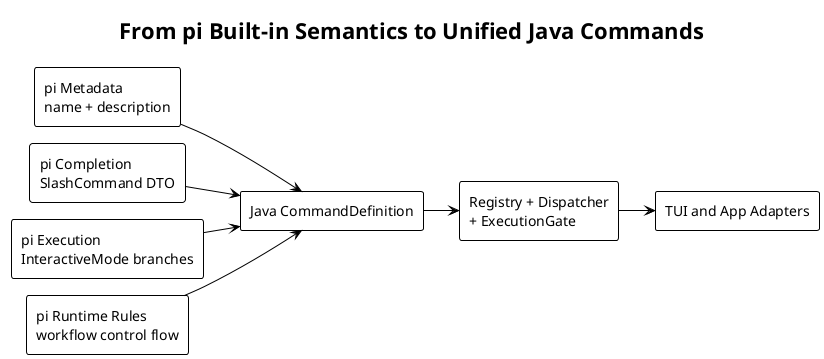
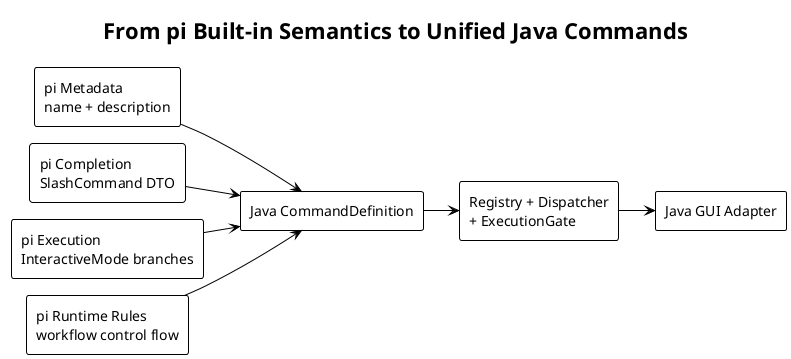
' Generated with PlantUML 1.2026.6
' Run from this directory: plantuml -tsvg diagram.puml

@startuml 01-source-to-target-overview
' pi source: packages/coding-agent/src/core/slash-commands.ts:13-40
' pi source: packages/coding-agent/src/modes/interactive/interactive-mode.ts:499-533,2541-2674
' Observed behavior: pi separates command metadata, completion, routing, and execution.
' Design reason: Java binds those concerns into one immutable command definition and one execution pipeline.
!theme plain
!pragma layout smetana
skinparam defaultFontName "SansSerif"
skinparam shadowing false
skinparam backgroundColor transparent
title From pi Built-in Semantics to Unified Java Commands

left to right direction
rectangle "pi Metadata\nname + description" as Metadata
rectangle "pi Completion\nSlashCommand DTO" as Completion
rectangle "pi Execution\nInteractiveMode branches" as Execution
rectangle "pi Runtime Rules\nworkflow control flow" as RuntimeRules
rectangle "Java CommandDefinition" as Definition
rectangle "Registry + Dispatcher\n+ ExecutionGate" as Core
- rectangle "TUI and App Adapters" as Clients
+ rectangle "Java GUI Adapter" as Clients

Metadata --> Definition
Completion --> Definition
Execution --> Definition
RuntimeRules --> Definition
Definition --> Core
Core --> Clients
@enduml

@startuml 02-pi-command-flow
' pi source: packages/coding-agent/src/core/slash-commands.ts:13-40
' pi source: packages/coding-agent/src/modes/interactive/interactive-mode.ts:499-570,2541-2715
' Observed behavior: Built-in metadata feeds completion while command strings select TUI workflows before ordinary prompt routing.
' Design reason: preserve the product order while making the split implementation visible.
!theme plain
!pragma layout smetana
skinparam defaultFontName "SansSerif"
skinparam shadowing false
skinparam backgroundColor transparent
title Current pi Built-in Command Flow

left to right direction
rectangle BUILTIN_SLASH_COMMANDS as Catalog
rectangle "Autocomplete Mapping" as Autocomplete
rectangle "Editor Submit" as Submit
rectangle "Command String Branches" as Branches
rectangle "Interactive Workflows" as Workflows
rectangle "Streaming and Compaction Routing" as RuntimeRouting
rectangle "Agent Prompt" as Agent

Catalog --> Autocomplete
Submit --> Branches
Branches --> Workflows : matched Built-in
Branches --> RuntimeRouting : not matched
RuntimeRouting --> Agent
@enduml

@startuml 03-target-architecture
' pi source: packages/coding-agent/src/modes/interactive/interactive-mode.ts:499-570,2541-2674
+ ' Java source: frontend/src/App.vue:112-180
+ ' Java source: frontend/src/chat/slashCommands.ts:13-122
' Java product constraint: all commands are implemented by trusted internal developers and installed once at startup.
- ' Design reason: use one command core for core and feature commands without owner or dynamic extension lifecycle state.
+ ' Java product constraint: GUI is the only target presentation surface.
+ ' Design reason: use one command core behind GUI chat input, command palette, and buttons.
!theme plain
!pragma layout smetana
skinparam defaultFontName "SansSerif"
skinparam shadowing false
skinparam backgroundColor transparent
title Unified Java Command Architecture

top to bottom direction
package "Definition and Startup" {
  component CommandContributor as Contributor
  component CommandInstaller as Installer
  Contributor --> Installer
}

package "Command Core" {
  component CommandCatalogSnapshot as Snapshot
  component CommandParser as Parser
  component CommandDispatcher as Dispatcher
  component CommandExecutionGate as Gate
  component CommandCompletionService as Completion
  Parser --> Dispatcher
  Snapshot --> Dispatcher
  Dispatcher --> Gate
  Snapshot --> Completion
}

package "Command Implementation" {
  component CommandHandler as Handler
  component "Constructor-Injected\nApplication Services" as Services
  component "CommandInteraction\nand CommandOutput" as Ports
  Handler --> Services
  Handler --> Ports
  Gate --> Handler
}

- package "Clients" {
-   component "Interactive TUI" as TUI
-   component "App Client" as App
-   component HelpCommand as Help
-   Completion --> TUI
-   Completion --> App
-   TUI --> Parser
-   App --> Dispatcher
+ package "GUI Presentation" {
+   component "GUI Adapter" as GUI
+   component "Chat Input" as ChatInput
+   component "Command Palette\nand Buttons" as Actions
+   component "Help View" as Help
+   Completion --> GUI
+   ChatInput --> GUI
+   Actions --> GUI
+   GUI --> Parser : text command
+   GUI --> Dispatcher : structured invocation
  Snapshot --> Help
}

Installer --> Snapshot : publish once
@enduml

@startuml 04-unified-class-model
' pi source: packages/coding-agent/src/core/slash-commands.ts:13-40
' pi source: packages/coding-agent/src/modes/interactive/interactive-mode.ts:499-533,2541-2674
' Observed behavior: pi Built-in behavior consists of metadata, optional completion, workflow execution, and implicit runtime rules.
' Design reason: represent the complete Java command contract with one definition and no Built-in or Extension subtype.
- ' Java architecture change: shared and exclusive command concurrency is explicit because TUI and App share one dispatcher.
+ ' Java architecture change: shared and exclusive command concurrency is explicit because GUI entry points and async callbacks can overlap.
!theme plain
!pragma layout smetana
skinparam defaultFontName "SansSerif"
skinparam shadowing false
skinparam backgroundColor transparent
skinparam classAttributeIconSize 0
title Unified Java Command Class Model

interface CommandContributor {
  + commands(): List<CommandDefinition>
}

class CommandDefinition <<record>> {
  + String name
  + String description
  + CommandExecutionPolicy executionPolicy
  + Optional<CommandArgumentCompleter> argumentCompleter
  + CommandHandler handler
}

interface CommandHandler {
  + handle(invocation, context): CompletionStage<CommandExecutionResult>
}

interface CommandArgumentCompleter {
  + complete(prefix, context): CompletionStage<List<CommandCompletion>>
}

class CommandExecutionPolicy <<record>> {
  + CommandExecutionMode mode
  + CommandConcurrency concurrency
  + boolean userCancellable
  + Optional<Duration> timeout
}

enum CommandExecutionMode {
  IMMEDIATE
  REQUIRE_IDLE
  ABORT_AGENT_AND_RUN
  RUNTIME_TRANSITION
  SHUTDOWN
}

enum CommandConcurrency {
  SHARED
  EXCLUSIVE
}

note right of CommandConcurrency
  SHARED
  Can overlap with SHARED
  Conflicts with EXCLUSIVE

  EXCLUSIVE
  Conflicts with SHARED and EXCLUSIVE
  Only one holder
end note

class CommandInvocation <<record>> {
  + String rawInput
  + String name
  + String arguments
}

class CommandContext <<record>> {
  + CommandSession session
  + CommandInteraction interaction
  + CommandOutput output
  + CommandCancellation cancellation
}

class CommandExecutionResult <<record>> {
  + CommandOutcome outcome
  + Set<CommandRefreshHint> refreshHints
}

class CommandCatalogSnapshot <<immutable>>
class CommandInstaller
interface CommandRegistry
class CommandDispatcher
class CommandExecutionGate

CommandContributor "1" --> "1..*" CommandDefinition : declares
CommandDefinition "1" *-- "1" CommandExecutionPolicy
CommandDefinition "1" o-- "0..1" CommandArgumentCompleter
CommandDefinition "1" o-- "1" CommandHandler
CommandExecutionPolicy *-- CommandExecutionMode
CommandExecutionPolicy *-- CommandConcurrency
CommandInstaller ..> CommandContributor : collects
CommandInstaller --> CommandRegistry : installs once
CommandRegistry "1" *-- "1" CommandCatalogSnapshot
CommandCatalogSnapshot "1" *-- "1..*" CommandDefinition
CommandDispatcher --> CommandRegistry
CommandDispatcher --> CommandExecutionGate
CommandExecutionGate --> CommandExecutionPolicy
CommandDispatcher --> CommandHandler
CommandHandler ..> CommandInvocation
CommandHandler ..> CommandContext
CommandHandler ..> CommandExecutionResult
@enduml

@startuml 05-startup-installation
' pi source: packages/coding-agent/src/core/slash-commands.ts:18-40
' Java product constraint: the command set is static for one application process and has no dynamic command reload or unload.
' Design reason: validate a complete local candidate and publish exactly once, so failure needs no runtime rollback.
!theme plain
!pragma layout smetana
skinparam defaultFontName "SansSerif"
skinparam shadowing false
skinparam backgroundColor transparent
hide footbox
autonumber
title One-Time Command Installation

participant Spring as Spring
participant "Command Contributors" as Contributors
participant CommandInstaller as Installer
participant CommandRegistry as Registry

Spring -> Contributors : discover beans
Spring -> Installer : install(contributors)
Installer -> Contributors : collect definitions
Contributors --> Installer : command lists
Installer -> Installer : normalize optional completers
Installer -> Installer : validate fields and duplicate names
alt all definitions valid
  Installer -> Registry : publish immutable snapshot
  Registry --> Spring : startup ready
else invalid definition or conflict
  Installer --> Spring : fail startup with bean class diagnostics
  note over Registry
    Registry remains empty
    Startup reports the validation error
  end note
end
@enduml

@startuml 06-input-routing
' pi source: packages/coding-agent/src/modes/interactive/interactive-mode.ts:2541-2715
- ' Observed behavior: Built-in commands run before Bash, Skill, Prompt Template, and ordinary prompt handling.
- ' Design reason: preserve pi routing priority while replacing command-name branches with registry lookup.
- !theme plain
- !pragma layout smetana
- skinparam defaultFontName "SansSerif"
- skinparam shadowing false
- skinparam backgroundColor transparent
- title Unified Input Routing
+ ' pi source: packages/coding-agent/src/modes/rpc/rpc-types.ts:50-53
+ ' pi source: packages/coding-agent/src/modes/rpc/rpc-mode.ts:548-559
+ ' Java source: frontend/src/App.vue:112-180
+ ' Java source: frontend/src/types/ws.ts:96-108
+ ' Observed behavior: pi TUI parses Bash prefixes while pi RPC accepts a structured Bash request.
+ ' Java product divergence: the GUI-only target has no Shell capability and does not parse Bash prefixes.
+ ' Design reason: route GUI text through registered commands, Skills, templates, and ordinary prompts only.
+ !theme plain
+ !pragma layout smetana
+ skinparam defaultFontName "SansSerif"
+ skinparam shadowing false
+ skinparam backgroundColor transparent
+ title Java GUI Input Routing

start
- :User input;
+ :GUI text input;
if (Registered command?) then (yes)
  :CommandDispatcher;
  :Return command result\nand finish input routing;
  stop
else (no)
-   if (Starts with !?) then (yes)
-     :Bash input mode;
-     stop
+   if (Skill Command?) then (yes)
+     :Expand Skill;
  else (no)
-     if (Skill Command?) then (yes)
-       :Expand Skill;
+     if (Prompt Template?) then (yes)
+       :Expand Template;
    else (no)
-       if (Prompt Template?) then (yes)
-         :Expand Template;
-       else (no)
-         :Ordinary Prompt;
-       endif
+       :Ordinary Prompt;
    endif
-     :Agent;
-     stop
  endif
+   :Agent;
+   stop
endif
@enduml

@startuml 07-dispatch-sequence
' pi source: packages/coding-agent/src/modes/interactive/interactive-mode.ts:2541-2674
' pi source: packages/coding-agent/src/core/agent-session.ts:1641-1645
- ' Design reason: centralize parsing, runtime admission, cancellation, failures, and refresh semantics for TUI and App clients.
+ ' Java source: frontend/src/App.vue:142-180
+ ' Design reason: centralize parsing, runtime admission, cancellation, failures, and refresh semantics for the Java GUI.
!theme plain
!pragma layout smetana
skinparam defaultFontName "SansSerif"
skinparam shadowing false
skinparam backgroundColor transparent
hide footbox
autonumber
title Unified Command Dispatch Sequence

actor User
- participant "Client Adapter" as Client
+ participant "GUI Adapter" as Client
participant CommandParser as Parser
participant CommandDispatcher as Dispatcher
participant "Catalog Snapshot" as Catalog
participant CommandExecutionGate as Gate
participant CommandHandler as Handler

User -> Client : submit /reload
Client -> Parser : parse(rawInput)
Parser --> Client : CommandInvocation
Client -> Dispatcher : dispatch(invocation, context)
Dispatcher -> Catalog : find(name)
Catalog --> Dispatcher : CommandDefinition
Dispatcher -> Gate : acquire(policy, runtimeState)
alt execution admitted
  Gate -> Handler : handle(invocation, context)
  Handler --> Dispatcher : CommandExecutionResult
  Dispatcher --> Client : HANDLED + refreshHints
  Client -> Client : apply refresh hints
else runtime state rejects execution
  Gate --> Dispatcher : policy error code
  Dispatcher --> Client : FAILED + sanitized message
else handler fails
  Handler --> Dispatcher : exceptional completion
  Dispatcher --> Client : FAILED + correlationId
end
@enduml

@startuml 08-execution-modes
' pi source: packages/coding-agent/src/modes/interactive/interactive-mode.ts:2541-2674,5063-5071
' pi source: packages/coding-agent/src/core/agent-session.ts:1641-1645
' pi source: packages/coding-agent/src/core/agent-session-runtime.ts:167-175
' Observed behavior: pi commands use five distinct runtime control-flow patterns without a policy type.
' Design reason: a Java enum makes CommandExecutionGate exhaustive and prevents contradictory boolean combinations.
!theme plain
!pragma layout smetana
skinparam defaultFontName "SansSerif"
skinparam shadowing false
skinparam backgroundColor transparent
title Command Execution Modes Derived from pi

left to right direction
rectangle IMMEDIATE
rectangle REQUIRE_IDLE
rectangle ABORT_AGENT_AND_RUN
rectangle RUNTIME_TRANSITION
rectangle SHUTDOWN

rectangle "Run While Agent Active\nsession, hotkeys, copy" as Direct
rectangle "Idle Required\nreload" as Idle
rectangle "Abort Then Execute\ncompact" as Abort
rectangle "Replace Runtime\nnew, import, resume, fork, clone" as Transition
rectangle "Close Application\nquit" as Terminal

IMMEDIATE --> Direct
REQUIRE_IDLE --> Idle
ABORT_AGENT_AND_RUN --> Abort
RUNTIME_TRANSITION --> Transition
SHUTDOWN --> Terminal
@enduml

@startuml 09-completion-flow
' pi source: packages/coding-agent/src/modes/interactive/interactive-mode.ts:499-570
' Observed behavior: pi maps Built-in metadata into completion DTOs and attaches model argument completion separately.
- ' Design reason: Java binds optional argument completion to CommandDefinition and exposes one catalog to all clients.
+ ' Java source: frontend/src/App.vue:112-140
+ ' Design reason: Java binds optional argument completion to CommandDefinition and exposes one catalog to all GUI command views.
!theme plain
!pragma layout smetana
skinparam defaultFontName "SansSerif"
skinparam shadowing false
skinparam backgroundColor transparent
title Unified Command Completion Flow

left to right direction
rectangle CommandCatalogSnapshot as Catalog
rectangle "Command Name Filter" as NameFilter
rectangle "Resolved Command" as Resolved
rectangle CommandArgumentCompleter as Completer
rectangle "Completion Version Check" as VersionCheck
- rectangle "TUI Suggestions" as TUI
- rectangle "App Command Palette" as App
+ rectangle "GUI Slash Suggestions" as Suggestions
+ rectangle "GUI Command Palette" as Palette

Catalog --> NameFilter
- NameFilter --> TUI : command-name stage
- NameFilter --> App : command-name stage
+ NameFilter --> Suggestions : command-name stage
+ NameFilter --> Palette : command-name stage
Catalog --> Resolved : argument stage
Resolved --> Completer
Completer --> VersionCheck
- VersionCheck --> TUI : latest request results
- VersionCheck --> App : latest request results
+ VersionCheck --> Suggestions : latest request results
+ VersionCheck --> Palette : latest request results
@enduml

@startuml 10-client-adaptation
' pi source: packages/coding-agent/src/modes/interactive/interactive-mode.ts:2541-2674
- ' Java architecture change: Command handlers must not construct concrete TUI or App components.
- ' Design reason: clients share command behavior while adapting interaction, output, and refresh rendering.
- !theme plain
- !pragma layout smetana
- skinparam defaultFontName "SansSerif"
- skinparam shadowing false
- skinparam backgroundColor transparent
- title Client-Independent Command Execution
- 
- left to right direction
- component "TUI Adapter" as TUI
- component "App Adapter" as App
+ ' Java source: frontend/src/App.vue:142-180
+ ' Java architecture change: Command handlers must not construct Vue, WebSocket, browser, or desktop-container components.
+ ' Design reason: keep command behavior independent from GUI rendering and runtime capabilities.
+ !theme plain
+ !pragma layout smetana
+ skinparam defaultFontName "SansSerif"
+ skinparam shadowing false
+ skinparam backgroundColor transparent
+ title GUI Command Adaptation
+ 
+ left to right direction
+ component "GUI Adapter" as GUI
component CommandDispatcher as Dispatcher
component CommandHandler as Handler
component CommandInteraction as Interaction
component CommandOutput as Output
component CommandExecutionResult as Result
component "Application Services" as Services

- TUI --> Dispatcher
- App --> Dispatcher
+ GUI --> Dispatcher
Dispatcher --> Handler
Handler --> Interaction
Handler --> Output
Handler --> Services
Handler --> Result
- Result --> TUI : apply refresh hints
- Result --> App : apply refresh hints
+ Result --> GUI : apply refresh hints
@enduml

@startuml 11-new-command-development
' pi source: packages/coding-agent/src/core/slash-commands.ts:13-40
' Java target-only workflow: internal developers add commands through contributors instead of editing a central string router.
' Design reason: keep metadata, policy, completion, and execution together and make startup validation automatic.
!theme plain
!pragma layout smetana
skinparam defaultFontName "SansSerif"
skinparam shadowing false
skinparam backgroundColor transparent
title New Internal Command Development

left to right direction
rectangle "Application Service" as Service
rectangle "CommandHandler Bean" as Handler
rectangle "CommandDefinition" as Definition
rectangle "CommandContributor Bean" as Contributor
rectangle "Startup Validation" as Validation
rectangle "Command Catalog" as Catalog
- rectangle "TUI and App" as Clients
+ rectangle "Java GUI" as Clients

Service --> Handler : constructor injection
Handler --> Definition
Definition --> Contributor
Contributor --> Validation
Validation --> Catalog
Catalog --> Clients
@enduml

@startuml 12-migration-path
' pi source: packages/coding-agent/src/modes/interactive/interactive-mode.ts:2541-2674
' Java current-state migration: old command classes and client-side command-name branches must move one command at a time.
' Design reason: preserve one complete execution path and prevent duplicate execution during migration.
!theme plain
!pragma layout smetana
skinparam defaultFontName "SansSerif"
skinparam shadowing false
skinparam backgroundColor transparent
title Unified Command Migration Path

left to right direction
rectangle "M1\nDefinition + Parser + Snapshot" as M1
rectangle "M2\nInstaller + Dispatcher + Gate" as M2
rectangle "M3\nCatalog Completion + Help" as M3
rectangle "M4\nInteraction + Output + Refresh" as M4
rectangle "M5\nRuntime Transition Workflows" as M5
- rectangle "M6\nRemove Legacy Router and Types" as M6
+ rectangle "M6\nRemove Frontend Registry and Switch" as M6

M1 --> M2
M2 --> M3
M3 --> M4
M4 --> M5
M5 --> M6
@enduml

@startuml 13-test-strategy
' pi source: packages/coding-agent/src/core/slash-commands.ts:18-40
' Java test strategy: exact catalog and policy contracts replace count-only or client-specific command tests.
' Design reason: concentrate deterministic behavior in unit tests and keep only a small number of client integration tests.
!theme plain
!pragma layout smetana
skinparam defaultFontName "SansSerif"
skinparam shadowing false
skinparam backgroundColor transparent
title Unified Command Test Strategy

rectangle "Unit Tests\nDefinition, Parser, Gate, Dispatcher" as Unit
rectangle "Catalog Contract Tests\nNames, Order, Policies, Conflicts" as Contract
rectangle "Handler Tests\nFake Services and Ports" as Handler
- rectangle "Client Integration Tests\nTUI and App" as Integration
+ rectangle "GUI Integration Tests\nInput, Palette, and Buttons" as Integration
rectangle "Interactive Acceptance\nCompletion, Execution, Refresh" as Acceptance

Unit --> Contract
Contract --> Handler
Handler --> Integration
Integration --> Acceptance
@enduml
